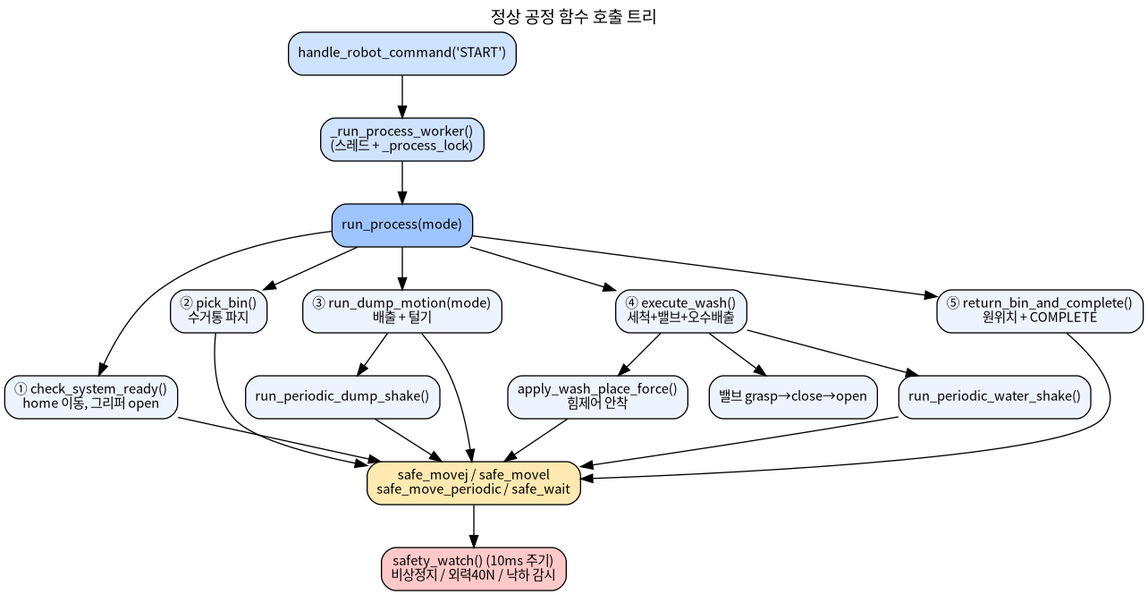
Above: code/robot_ws/src/auto_dump_robot_pkg/docs/diagrams/02_call_tree.png in Rokey-B-4/auto-dump-bot (Graphviz), before the change. Its source is kept beside it as code/robot_ws/src/auto_dump_robot_pkg/docs/diagrams/02_call_tree.dot.
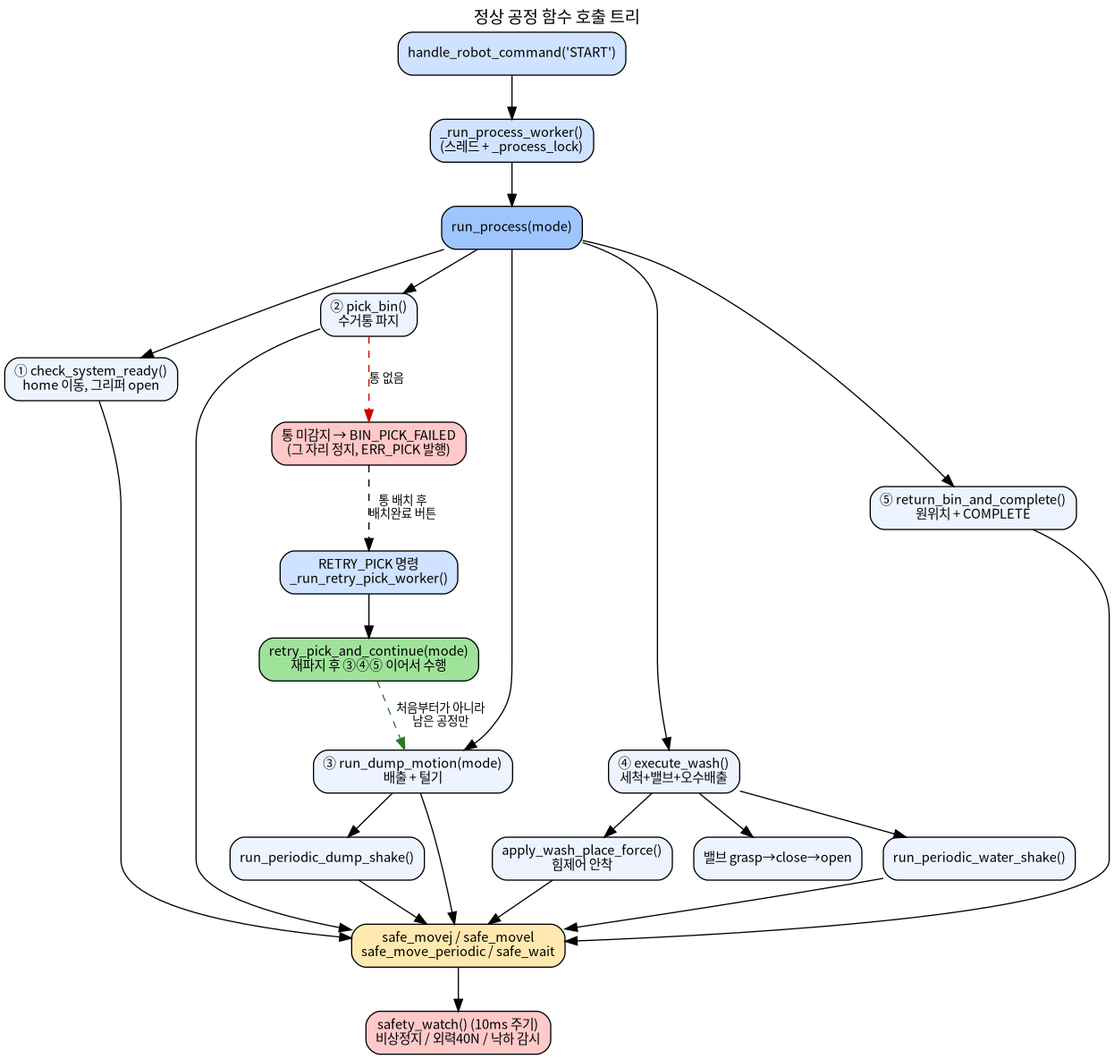
The same diagram one commit later.

The edit, as a diff of the source:
```diff
@@ -22,6 +22,10 @@
   SAFE [label="safe_movej / safe_movel\nsafe_move_periodic / safe_wait", fillcolor="#ffe9b0"];
   SW   [label="safety_watch() (10ms 주기)\n비상정지 / 외력40N / 낙하 감시", fillcolor="#ffc9c9"];
 
+  FAIL [label="통 미감지 → BIN_PICK_FAILED\n(그 자리 정지, ERR_PICK 발행)", fillcolor="#ffc9c9"];
+  RT   [label="RETRY_PICK 명령\n_run_retry_pick_worker()", fillcolor="#cfe2ff"];
+  RTC  [label="retry_pick_and_continue(mode)\n재파지 후 ③④⑤ 이어서 수행", fillcolor="#9fe39a"];
+
   START -> WK -> RP;
   RP -> S1; RP -> S2; RP -> S3; RP -> S4; RP -> S5;
   S3 -> SH;
@@ -29,4 +33,9 @@
   S1 -> SAFE; S2 -> SAFE; S3 -> SAFE; S5 -> SAFE;
   SH -> SAFE; AF -> SAFE; WS -> SAFE;
   SAFE -> SW;
+
+  S2 -> FAIL [label="통 없음", style=dashed, color="#cc0000"];
+  FAIL -> RT [label="통 배치 후\n배치완료 버튼", style=dashed];
+  RT -> RTC;
+  RTC -> S3 [label="처음부터가 아니라\n남은 공정만", style=dashed, color="#2a7a2a"];
 }
```
